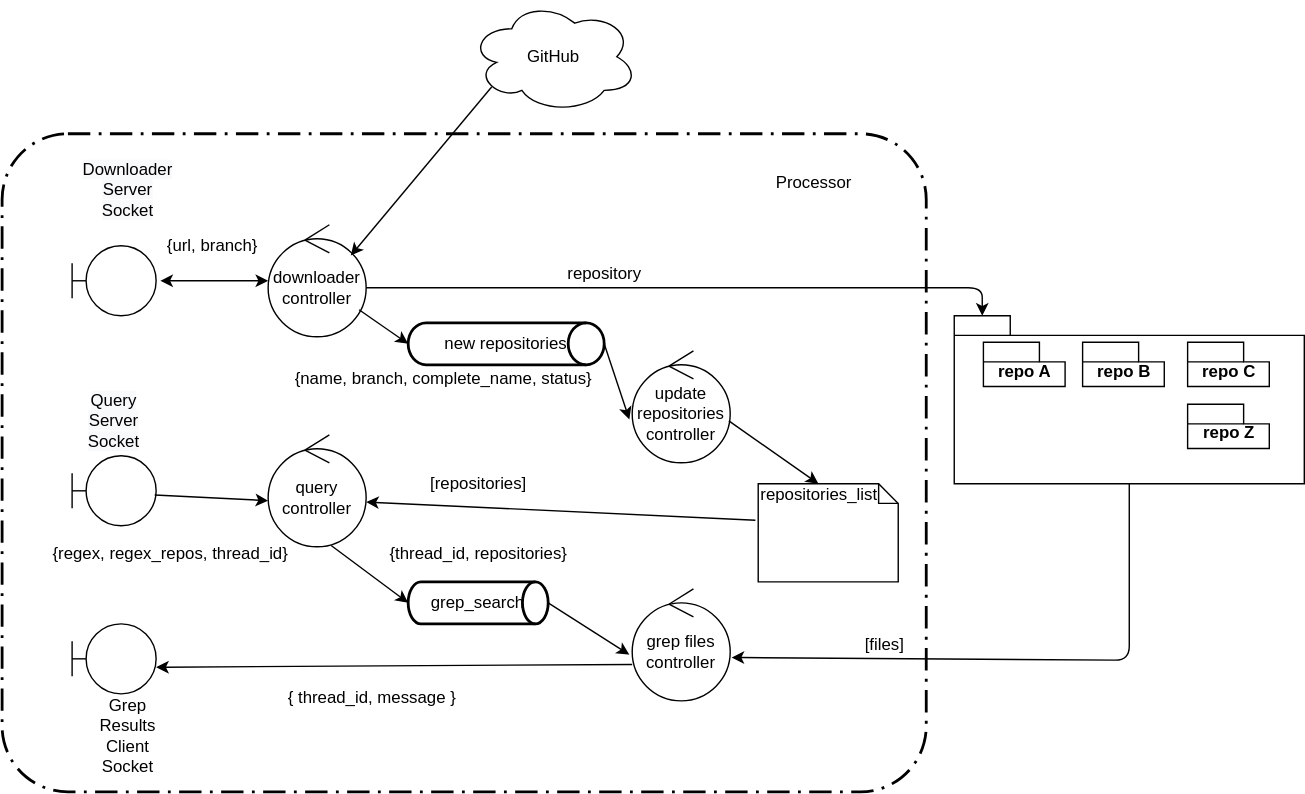
Before: images/robustez-procesador.svg, a diagram exported from draw.io (rinaldia92/distribuidos-tp1). Source tidied: cells renumbered, new cells last; positions are measured from the earlier drawing's top-left corner, leaving out a move shared by most shapes.
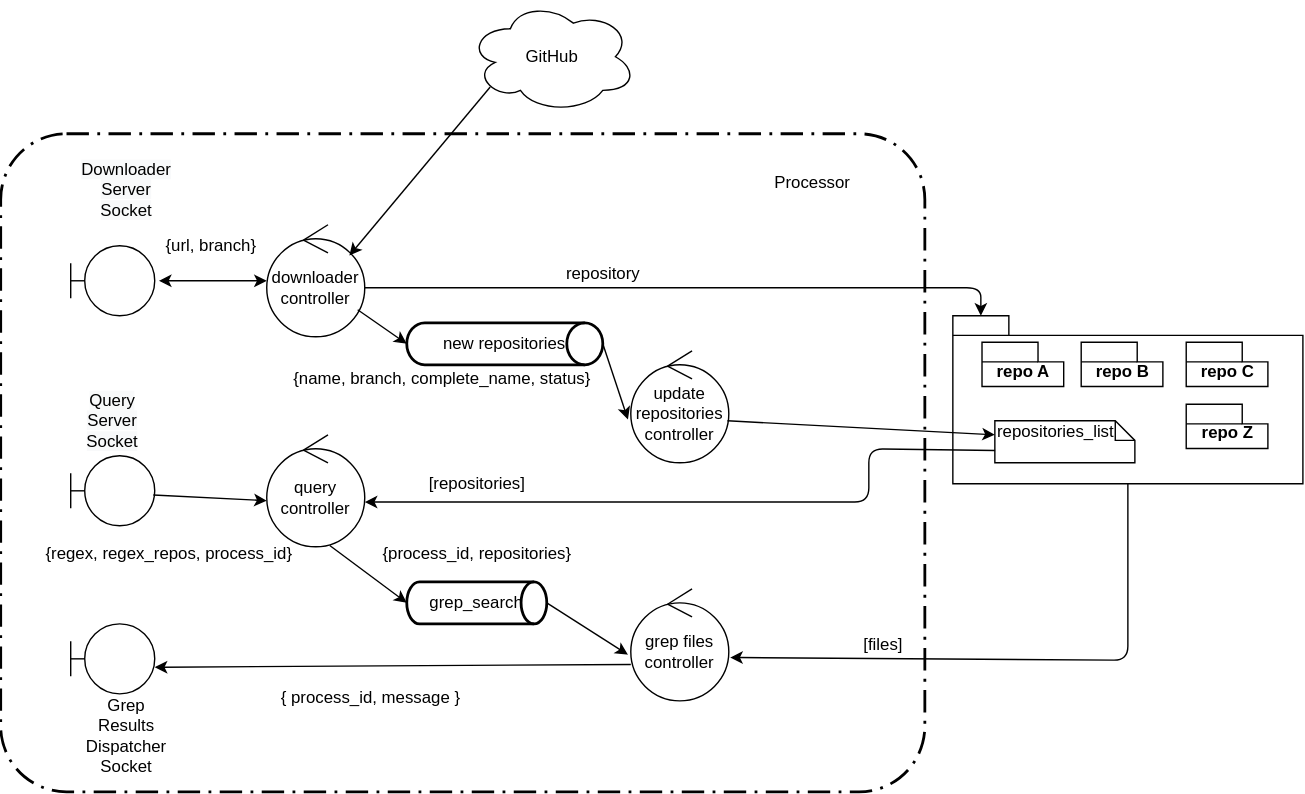
After the change.

The edit, as a diff of the source:
```diff
@@ -2,140 +2,148 @@
   <root>
     <mxCell id="0" />
     <mxCell id="1" parent="0" />
-    <mxCell id="2" value="GitHub" style="ellipse;shape=cloud;whiteSpace=wrap;html=1;" parent="1" vertex="1">
-      <mxGeometry x="334" width="120" height="80" as="geometry" />
+    <mxCell id="2" style="group;" parent="1" vertex="1">
+      <mxGeometry x="680" y="225" width="250" height="120" as="geometry" />
     </mxCell>
-    <mxCell id="3" style="group;" parent="1" vertex="1">
-      <mxGeometry x="680" y="225" width="250" height="120" as="geometry" />
+    <mxCell id="3" style="shape=folder;fontStyle=1;spacingTop=10;tabWidth=40;tabHeight=14;tabPosition=left;html=1;" parent="2" vertex="1">
+      <mxGeometry width="250" height="120" as="geometry" />
     </mxCell>
-    <mxCell id="4" style="shape=folder;fontStyle=1;spacingTop=10;tabWidth=40;tabHeight=14;tabPosition=left;html=1;" parent="3" vertex="1">
-      <mxGeometry width="250" height="120" as="geometry" />
+    <mxCell id="4" value="repo A" style="shape=folder;fontStyle=1;spacingTop=10;tabWidth=40;tabHeight=14;tabPosition=left;html=1;" parent="2" vertex="1">
+      <mxGeometry x="20.8" y="18.9" width="58.3" height="31.6" as="geometry" />
     </mxCell>
-    <mxCell id="5" value="repo A" style="shape=folder;fontStyle=1;spacingTop=10;tabWidth=40;tabHeight=14;tabPosition=left;html=1;" parent="3" vertex="1">
-      <mxGeometry x="20.8" y="18.9" width="58.3" height="31.6" as="geometry" />
+    <mxCell id="5" value="repo Z" style="shape=folder;fontStyle=1;spacingTop=10;tabWidth=40;tabHeight=14;tabPosition=left;html=1;" parent="2" vertex="1">
+      <mxGeometry x="166.7" y="63.2" width="58.3" height="31.6" as="geometry" />
     </mxCell>
-    <mxCell id="6" value="repo Z" style="shape=folder;fontStyle=1;spacingTop=10;tabWidth=40;tabHeight=14;tabPosition=left;html=1;" parent="3" vertex="1">
-      <mxGeometry x="166.7" y="63.2" width="58.3" height="31.6" as="geometry" />
+    <mxCell id="6" value="repo B" style="shape=folder;fontStyle=1;spacingTop=10;tabWidth=40;tabHeight=14;tabPosition=left;html=1;" parent="2" vertex="1">
+      <mxGeometry x="91.7" y="18.9" width="58.3" height="31.6" as="geometry" />
     </mxCell>
-    <mxCell id="7" value="repo B" style="shape=folder;fontStyle=1;spacingTop=10;tabWidth=40;tabHeight=14;tabPosition=left;html=1;" parent="3" vertex="1">
-      <mxGeometry x="91.7" y="18.9" width="58.3" height="31.6" as="geometry" />
+    <mxCell id="7" value="repo C" style="shape=folder;fontStyle=1;spacingTop=10;tabWidth=40;tabHeight=14;tabPosition=left;html=1;" parent="2" vertex="1">
+      <mxGeometry x="166.7" y="18.9" width="58.3" height="31.6" as="geometry" />
     </mxCell>
-    <mxCell id="8" value="repo C" style="shape=folder;fontStyle=1;spacingTop=10;tabWidth=40;tabHeight=14;tabPosition=left;html=1;" parent="3" vertex="1">
-      <mxGeometry x="166.7" y="18.9" width="58.3" height="31.6" as="geometry" />
+    <mxCell id="8" value="repositories_list" style="shape=note;whiteSpace=wrap;html=1;size=14;verticalAlign=top;align=left;spacingTop=-6;" parent="2" vertex="1">
+      <mxGeometry x="30" y="75" width="100" height="30" as="geometry" />
     </mxCell>
-    <mxCell id="9" style="shape=umlBoundary;whiteSpace=wrap;html=1;" parent="1" vertex="1">
-      <mxGeometry x="50" y="175" width="60" height="50" as="geometry" />
+    <mxCell id="9" style="rounded=1;arcSize=10;dashed=1;strokeColor=#000000;fillColor=none;gradientColor=none;dashPattern=8 3 1 3;strokeWidth=2;" parent="1" vertex="1">
+      <mxGeometry y="95" width="660" height="470" as="geometry" />
     </mxCell>
-    <mxCell id="10" style="shape=umlBoundary;whiteSpace=wrap;html=1;" parent="1" vertex="1">
-      <mxGeometry x="50" y="445" width="60" height="50" as="geometry" />
+    <mxCell id="10" value="GitHub" style="ellipse;shape=cloud;whiteSpace=wrap;html=1;" parent="1" vertex="1">
+      <mxGeometry x="334" width="120" height="80" as="geometry" />
     </mxCell>
     <mxCell id="11" style="shape=umlBoundary;whiteSpace=wrap;html=1;" parent="1" vertex="1">
-      <mxGeometry x="50" y="325" width="60" height="50" as="geometry" />
+      <mxGeometry x="50" y="175" width="60" height="50" as="geometry" />
     </mxCell>
-    <mxCell id="12" value="downloader controller" style="ellipse;shape=umlControl;whiteSpace=wrap;html=1;" parent="1" vertex="1">
-      <mxGeometry x="190" y="160" width="70" height="80" as="geometry" />
+    <mxCell id="12" style="shape=umlBoundary;whiteSpace=wrap;html=1;" parent="1" vertex="1">
+      <mxGeometry x="50" y="445" width="60" height="50" as="geometry" />
     </mxCell>
-    <mxCell id="13" value="new repositories" style="strokeWidth=2;html=1;shape=mxgraph.flowchart.direct_data;whiteSpace=wrap;" parent="1" vertex="1">
-      <mxGeometry x="290" y="230" width="140" height="30" as="geometry" />
+    <mxCell id="13" style="shape=umlBoundary;whiteSpace=wrap;html=1;" parent="1" vertex="1">
+      <mxGeometry x="50" y="325" width="60" height="50" as="geometry" />
     </mxCell>
-    <mxCell id="14" value="query controller" style="ellipse;shape=umlControl;whiteSpace=wrap;html=1;" parent="1" vertex="1">
-      <mxGeometry x="190" y="310" width="70" height="80" as="geometry" />
+    <mxCell id="14" value="downloader controller" style="ellipse;shape=umlControl;whiteSpace=wrap;html=1;" parent="1" vertex="1">
+      <mxGeometry x="190" y="160" width="70" height="80" as="geometry" />
     </mxCell>
-    <mxCell id="15" value="update repositories controller" style="ellipse;shape=umlControl;whiteSpace=wrap;html=1;" parent="1" vertex="1">
-      <mxGeometry x="450" y="250" width="70" height="80" as="geometry" />
+    <mxCell id="15" value="new repositories" style="strokeWidth=2;html=1;shape=mxgraph.flowchart.direct_data;whiteSpace=wrap;" parent="1" vertex="1">
+      <mxGeometry x="290" y="230" width="140" height="30" as="geometry" />
     </mxCell>
-    <mxCell id="16" value="grep files controller" style="ellipse;shape=umlControl;whiteSpace=wrap;html=1;" parent="1" vertex="1">
-      <mxGeometry x="450" y="420" width="70" height="80" as="geometry" />
+    <mxCell id="16" value="query controller" style="ellipse;shape=umlControl;whiteSpace=wrap;html=1;" parent="1" vertex="1">
+      <mxGeometry x="190" y="310" width="70" height="80" as="geometry" />
     </mxCell>
-    <mxCell id="17" value="grep_search" style="strokeWidth=2;html=1;shape=mxgraph.flowchart.direct_data;whiteSpace=wrap;" parent="1" vertex="1">
-      <mxGeometry x="290" y="415" width="100" height="30" as="geometry" />
+    <mxCell id="17" value="update repositories controller" style="ellipse;shape=umlControl;whiteSpace=wrap;html=1;" parent="1" vertex="1">
+      <mxGeometry x="450" y="250" width="70" height="80" as="geometry" />
     </mxCell>
-    <mxCell id="18" value="repositories_list" style="shape=note;whiteSpace=wrap;html=1;size=14;verticalAlign=top;align=left;spacingTop=-6;" parent="1" vertex="1">
-      <mxGeometry x="540" y="345" width="100" height="70" as="geometry" />
+    <mxCell id="18" value="grep files controller" style="ellipse;shape=umlControl;whiteSpace=wrap;html=1;" parent="1" vertex="1">
+      <mxGeometry x="450" y="420" width="70" height="80" as="geometry" />
     </mxCell>
-    <mxCell id="19" style="endArrow=classic;startArrow=classic;html=1;exitX=1.05;exitY=0.5;exitDx=0;exitDy=0;exitPerimeter=0;" parent="1" edge="1" source="9">
-      <mxGeometry relative="1" as="geometry">
-        <mxPoint x="190" y="200" as="targetPoint" />
-      </mxGeometry>
+    <mxCell id="19" value="grep_search" style="strokeWidth=2;html=1;shape=mxgraph.flowchart.direct_data;whiteSpace=wrap;" parent="1" vertex="1">
+      <mxGeometry x="290" y="415" width="100" height="30" as="geometry" />
     </mxCell>
-    <mxCell id="20" style="endArrow=classic;html=1;exitX=0.13;exitY=0.77;exitDx=0;exitDy=0;exitPerimeter=0;entryX=0.843;entryY=0.275;entryDx=0;entryDy=0;entryPerimeter=0;" parent="1" edge="1" source="2" target="12">
-      <mxGeometry relative="1" as="geometry" />
+    <mxCell id="20" style="endArrow=classic;startArrow=classic;html=1;exitX=1.05;exitY=0.5;exitDx=0;exitDy=0;exitPerimeter=0;" parent="1" edge="1" source="11">
+      <mxGeometry relative="1" as="geometry">
+        <mxPoint x="190" y="200" as="targetPoint" />
+      </mxGeometry>
     </mxCell>
-    <mxCell id="21" style="endArrow=classic;html=1;" parent="1" edge="1">
-      <mxGeometry relative="1" as="geometry">
-        <mxPoint x="260" y="205" as="sourcePoint" />
-        <mxPoint x="700" y="225" as="targetPoint" />
-        <Array as="points">
-          <mxPoint x="700" y="205" />
-        </Array>
-      </mxGeometry>
+    <mxCell id="21" style="endArrow=classic;html=1;exitX=0.13;exitY=0.77;exitDx=0;exitDy=0;exitPerimeter=0;entryX=0.843;entryY=0.275;entryDx=0;entryDy=0;entryPerimeter=0;" parent="1" edge="1" source="10" target="14">
+      <mxGeometry relative="1" as="geometry" />
     </mxCell>
-    <mxCell id="22" style="endArrow=classic;html=1;entryX=0;entryY=0.5;entryDx=0;entryDy=0;entryPerimeter=0;" parent="1" edge="1" source="12" target="13">
-      <mxGeometry relative="1" as="geometry" />
+    <mxCell id="22" style="endArrow=classic;html=1;" parent="1" edge="1">
+      <mxGeometry relative="1" as="geometry">
+        <mxPoint x="260" y="205" as="sourcePoint" />
+        <mxPoint x="700" y="225" as="targetPoint" />
+        <Array as="points">
+          <mxPoint x="700" y="205" />
+        </Array>
+      </mxGeometry>
     </mxCell>
-    <mxCell id="23" style="endArrow=classic;html=1;entryX=-0.029;entryY=0.613;entryDx=0;entryDy=0;entryPerimeter=0;exitX=1;exitY=0.5;exitDx=0;exitDy=0;exitPerimeter=0;" parent="1" edge="1" source="13" target="15">
+    <mxCell id="23" style="endArrow=classic;html=1;entryX=0;entryY=0.5;entryDx=0;entryDy=0;entryPerimeter=0;" parent="1" edge="1" source="14" target="15">
       <mxGeometry relative="1" as="geometry" />
     </mxCell>
-    <mxCell id="24" style="endArrow=classic;html=1;entryX=0;entryY=0;entryDx=43;entryDy=0;entryPerimeter=0;exitX=0.986;exitY=0.625;exitDx=0;exitDy=0;exitPerimeter=0;" parent="1" edge="1" source="15" target="18">
+    <mxCell id="24" style="endArrow=classic;html=1;entryX=-0.029;entryY=0.613;entryDx=0;entryDy=0;entryPerimeter=0;exitX=1;exitY=0.5;exitDx=0;exitDy=0;exitPerimeter=0;" parent="1" edge="1" source="15" target="17">
       <mxGeometry relative="1" as="geometry" />
     </mxCell>
-    <mxCell id="25" style="endArrow=classic;html=1;exitX=0.983;exitY=0.56;exitDx=0;exitDy=0;exitPerimeter=0;entryX=0;entryY=0.588;entryDx=0;entryDy=0;entryPerimeter=0;" parent="1" edge="1" source="11" target="14">
-      <mxGeometry relative="1" as="geometry" />
+    <mxCell id="25" style="endArrow=classic;html=1;exitX=0.986;exitY=0.625;exitDx=0;exitDy=0;exitPerimeter=0;" parent="1" edge="1" source="17">
+      <mxGeometry relative="1" as="geometry">
+        <mxPoint x="710" y="310" as="targetPoint" />
+      </mxGeometry>
     </mxCell>
-    <mxCell id="26" style="endArrow=classic;html=1;entryX=1;entryY=0.6;entryDx=0;entryDy=0;entryPerimeter=0;exitX=-0.02;exitY=0.371;exitDx=0;exitDy=0;exitPerimeter=0;" parent="1" edge="1" source="18" target="14">
+    <mxCell id="26" style="endArrow=classic;html=1;exitX=0.983;exitY=0.56;exitDx=0;exitDy=0;exitPerimeter=0;entryX=0;entryY=0.588;entryDx=0;entryDy=0;entryPerimeter=0;" parent="1" edge="1" source="13" target="16">
       <mxGeometry relative="1" as="geometry" />
     </mxCell>
-    <mxCell id="27" style="endArrow=classic;html=1;exitX=0.643;exitY=0.988;exitDx=0;exitDy=0;exitPerimeter=0;entryX=0;entryY=0.5;entryDx=0;entryDy=0;entryPerimeter=0;" parent="1" edge="1" source="14" target="17">
-      <mxGeometry relative="1" as="geometry" />
+    <mxCell id="27" style="endArrow=classic;html=1;entryX=1;entryY=0.6;entryDx=0;entryDy=0;entryPerimeter=0;exitX=0.002;exitY=0.707;exitDx=0;exitDy=0;exitPerimeter=0;" parent="1" edge="1" source="8" target="16">
+      <mxGeometry relative="1" as="geometry">
+        <Array as="points">
+          <mxPoint x="620" y="320" />
+          <mxPoint x="620" y="358" />
+          <mxPoint x="500" y="358" />
+        </Array>
+      </mxGeometry>
     </mxCell>
-    <mxCell id="28" style="endArrow=classic;html=1;entryX=-0.029;entryY=0.588;entryDx=0;entryDy=0;entryPerimeter=0;exitX=1;exitY=0.5;exitDx=0;exitDy=0;exitPerimeter=0;" parent="1" edge="1" source="17" target="16">
+    <mxCell id="28" style="endArrow=classic;html=1;exitX=0.643;exitY=0.988;exitDx=0;exitDy=0;exitPerimeter=0;entryX=0;entryY=0.5;entryDx=0;entryDy=0;entryPerimeter=0;" parent="1" edge="1" source="16" target="19">
       <mxGeometry relative="1" as="geometry" />
     </mxCell>
-    <mxCell id="29" style="endArrow=classic;html=1;entryX=1;entryY=0.62;entryDx=0;entryDy=0;entryPerimeter=0;exitX=0;exitY=0.675;exitDx=0;exitDy=0;exitPerimeter=0;" parent="1" edge="1" source="16" target="10">
+    <mxCell id="29" style="endArrow=classic;html=1;entryX=-0.029;entryY=0.588;entryDx=0;entryDy=0;entryPerimeter=0;exitX=1;exitY=0.5;exitDx=0;exitDy=0;exitPerimeter=0;" parent="1" edge="1" source="19" target="18">
       <mxGeometry relative="1" as="geometry" />
     </mxCell>
-    <mxCell id="30" value="&lt;meta http-equiv=&quot;content-type&quot; content=&quot;text/html; charset=utf-8&quot;&gt;&lt;span style=&quot;color: rgb(0, 0, 0); font-family: Helvetica; font-size: 12px; font-style: normal; font-variant-ligatures: normal; font-variant-caps: normal; font-weight: 400; letter-spacing: normal; orphans: 2; text-align: center; text-indent: 0px; text-transform: none; widows: 2; word-spacing: 0px; -webkit-text-stroke-width: 0px; background-color: rgb(248, 249, 250); text-decoration-style: initial; text-decoration-color: initial; float: none; display: inline !important;&quot;&gt;Downloader Server Socket&lt;/span&gt;" style="text;html=1;strokeColor=none;fillColor=none;align=center;verticalAlign=middle;whiteSpace=wrap;rounded=0;" parent="1" vertex="1">
-      <mxGeometry x="70" y="125" width="40" height="20" as="geometry" />
+    <mxCell id="30" style="endArrow=classic;html=1;entryX=1;entryY=0.62;entryDx=0;entryDy=0;entryPerimeter=0;exitX=0;exitY=0.675;exitDx=0;exitDy=0;exitPerimeter=0;" parent="1" edge="1" source="18" target="12">
+      <mxGeometry relative="1" as="geometry" />
     </mxCell>
-    <mxCell id="31" value="&lt;span style=&quot;color: rgb(0 , 0 , 0) ; font-family: &amp;#34;helvetica&amp;#34; ; font-size: 12px ; font-style: normal ; font-weight: 400 ; letter-spacing: normal ; text-align: center ; text-indent: 0px ; text-transform: none ; word-spacing: 0px ; background-color: rgb(248 , 249 , 250) ; float: none ; display: inline&quot;&gt;Query Server Socket&lt;/span&gt;" style="text;html=1;strokeColor=none;fillColor=none;align=center;verticalAlign=middle;whiteSpace=wrap;rounded=0;" parent="1" vertex="1">
-      <mxGeometry x="60" y="290" width="40" height="20" as="geometry" />
+    <mxCell id="31" value="&lt;meta http-equiv=&quot;content-type&quot; content=&quot;text/html; charset=utf-8&quot;&gt;&lt;span style=&quot;color: rgb(0, 0, 0); font-family: Helvetica; font-size: 12px; font-style: normal; font-variant-ligatures: normal; font-variant-caps: normal; font-weight: 400; letter-spacing: normal; orphans: 2; text-align: center; text-indent: 0px; text-transform: none; widows: 2; word-spacing: 0px; -webkit-text-stroke-width: 0px; background-color: rgb(248, 249, 250); text-decoration-style: initial; text-decoration-color: initial; float: none; display: inline !important;&quot;&gt;Downloader Server Socket&lt;/span&gt;" style="text;html=1;strokeColor=none;fillColor=none;align=center;verticalAlign=middle;whiteSpace=wrap;rounded=0;" parent="1" vertex="1">
+      <mxGeometry x="70" y="125" width="40" height="20" as="geometry" />
     </mxCell>
-    <mxCell id="32" value="Grep Results Client Socket" style="text;html=1;strokeColor=none;fillColor=none;align=center;verticalAlign=middle;whiteSpace=wrap;rounded=0;" parent="1" vertex="1">
-      <mxGeometry x="70" y="515" width="40" height="20" as="geometry" />
+    <mxCell id="32" value="&lt;span style=&quot;color: rgb(0 , 0 , 0) ; font-family: &amp;#34;helvetica&amp;#34; ; font-size: 12px ; font-style: normal ; font-weight: 400 ; letter-spacing: normal ; text-align: center ; text-indent: 0px ; text-transform: none ; word-spacing: 0px ; background-color: rgb(248 , 249 , 250) ; float: none ; display: inline&quot;&gt;Query Server Socket&lt;/span&gt;" style="text;html=1;strokeColor=none;fillColor=none;align=center;verticalAlign=middle;whiteSpace=wrap;rounded=0;" parent="1" vertex="1">
+      <mxGeometry x="60" y="290" width="40" height="20" as="geometry" />
     </mxCell>
-    <mxCell id="33" value="{url, branch}" style="text;html=1;align=center;verticalAlign=middle;" parent="1" vertex="1">
-      <mxGeometry x="110" y="165" width="80" height="20" as="geometry" />
+    <mxCell id="33" value="Grep Results Dispatcher Socket" style="text;html=1;strokeColor=none;fillColor=none;align=center;verticalAlign=middle;whiteSpace=wrap;rounded=0;" parent="1" vertex="1">
+      <mxGeometry x="70" y="515" width="40" height="20" as="geometry" />
     </mxCell>
-    <mxCell id="34" value="repository" style="text;html=1;align=center;verticalAlign=middle;" parent="1" vertex="1">
-      <mxGeometry x="395" y="185" width="70" height="20" as="geometry" />
+    <mxCell id="34" value="{url, branch}" style="text;html=1;align=center;verticalAlign=middle;" parent="1" vertex="1">
+      <mxGeometry x="110" y="165" width="80" height="20" as="geometry" />
     </mxCell>
-    <mxCell id="35" value="{name, branch, complete_name, status}" style="text;html=1;align=center;verticalAlign=middle;" parent="1" vertex="1">
-      <mxGeometry x="200" y="260" width="230" height="20" as="geometry" />
+    <mxCell id="35" value="repository" style="text;html=1;align=center;verticalAlign=middle;" parent="1" vertex="1">
+      <mxGeometry x="395" y="185" width="70" height="20" as="geometry" />
     </mxCell>
-    <mxCell id="36" value="{regex, regex_repos, thread_id}" style="text;html=1;align=center;verticalAlign=middle;" parent="1" vertex="1">
-      <mxGeometry x="30" y="385" width="180" height="20" as="geometry" />
+    <mxCell id="36" value="{name, branch, complete_name, status}" style="text;html=1;align=center;verticalAlign=middle;" parent="1" vertex="1">
+      <mxGeometry x="200" y="260" width="230" height="20" as="geometry" />
     </mxCell>
-    <mxCell id="37" value="[repositories]" style="text;html=1;align=center;verticalAlign=middle;" parent="1" vertex="1">
-      <mxGeometry x="300" y="335" width="80" height="20" as="geometry" />
+    <mxCell id="37" value="{regex, regex_repos, process_id}" style="text;html=1;align=center;verticalAlign=middle;" parent="1" vertex="1">
+      <mxGeometry x="25" y="385" width="190" height="20" as="geometry" />
     </mxCell>
-    <mxCell id="38" value="{thread_id, repositories}" style="text;html=1;align=center;verticalAlign=middle;" parent="1" vertex="1">
-      <mxGeometry x="270" y="385" width="140" height="20" as="geometry" />
+    <mxCell id="38" value="[repositories]" style="text;html=1;align=center;verticalAlign=middle;" parent="1" vertex="1">
+      <mxGeometry x="300" y="335" width="80" height="20" as="geometry" />
     </mxCell>
-    <mxCell id="39" value="{ thread_id, message }" style="text;html=1;align=center;verticalAlign=middle;" parent="1" vertex="1">
-      <mxGeometry x="194" y="488" width="140" height="20" as="geometry" />
+    <mxCell id="39" value="{process_id, repositories}" style="text;html=1;align=center;verticalAlign=middle;" parent="1" vertex="1">
+      <mxGeometry x="265" y="385" width="150" height="20" as="geometry" />
     </mxCell>
-    <mxCell id="40" style="endArrow=classic;html=1;entryX=1.014;entryY=0.613;entryDx=0;entryDy=0;entryPerimeter=0;" parent="1" edge="1" source="4" target="16">
-      <mxGeometry relative="1" as="geometry">
-        <Array as="points">
-          <mxPoint x="805" y="471" />
-        </Array>
-      </mxGeometry>
+    <mxCell id="40" value="{ process_id, message }" style="text;html=1;align=center;verticalAlign=middle;" parent="1" vertex="1">
+      <mxGeometry x="194" y="488" width="140" height="20" as="geometry" />
     </mxCell>
-    <mxCell id="41" value="[files]" style="text;html=1;align=center;verticalAlign=middle;" parent="1" vertex="1">
-      <mxGeometry x="610" y="450" width="40" height="20" as="geometry" />
+    <mxCell id="41" style="endArrow=classic;html=1;entryX=1.014;entryY=0.613;entryDx=0;entryDy=0;entryPerimeter=0;" parent="1" edge="1" source="3" target="18">
+      <mxGeometry relative="1" as="geometry">
+        <Array as="points">
+          <mxPoint x="805" y="471" />
+        </Array>
+      </mxGeometry>
     </mxCell>
-    <mxCell id="42" style="rounded=1;arcSize=10;dashed=1;strokeColor=#000000;fillColor=none;gradientColor=none;dashPattern=8 3 1 3;strokeWidth=2;" parent="1" vertex="1">
-      <mxGeometry y="95" width="660" height="470" as="geometry" />
+    <mxCell id="42" value="[files]" style="text;html=1;align=center;verticalAlign=middle;" parent="1" vertex="1">
+      <mxGeometry x="610" y="450" width="40" height="20" as="geometry" />
     </mxCell>
     <mxCell id="43" value="Processor" style="text;html=1;strokeColor=none;fillColor=none;align=center;verticalAlign=middle;whiteSpace=wrap;rounded=0;" parent="1" vertex="1">
       <mxGeometry x="560" y="120" width="40" height="20" as="geometry" />
```
